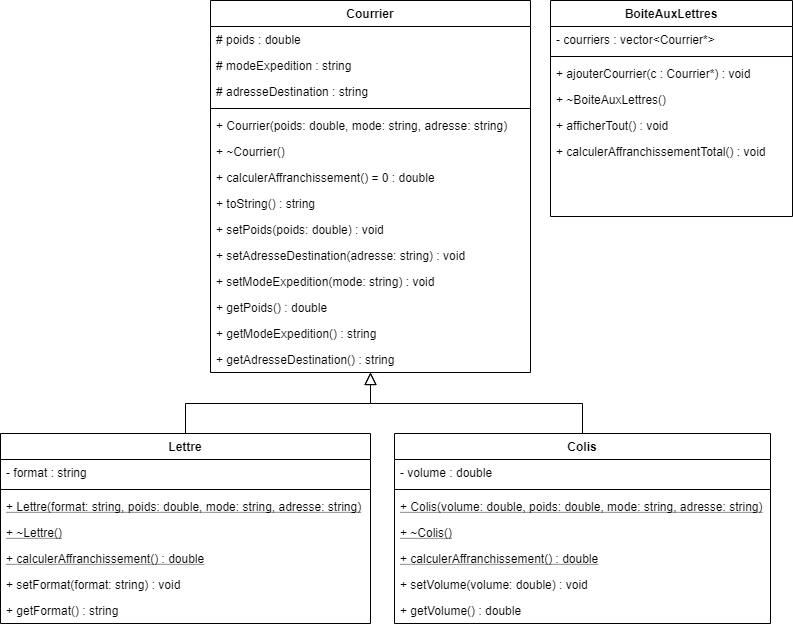
Above: Gestion_De_Courriers/diagrame_gestion_de_courriers.png in Is-Daouda/courscpp2026 (draw.io), before the change. Source tidied: cells renumbered, new cells last; positions are measured from the earlier drawing's top-left corner, leaving out a move shared by most shapes.
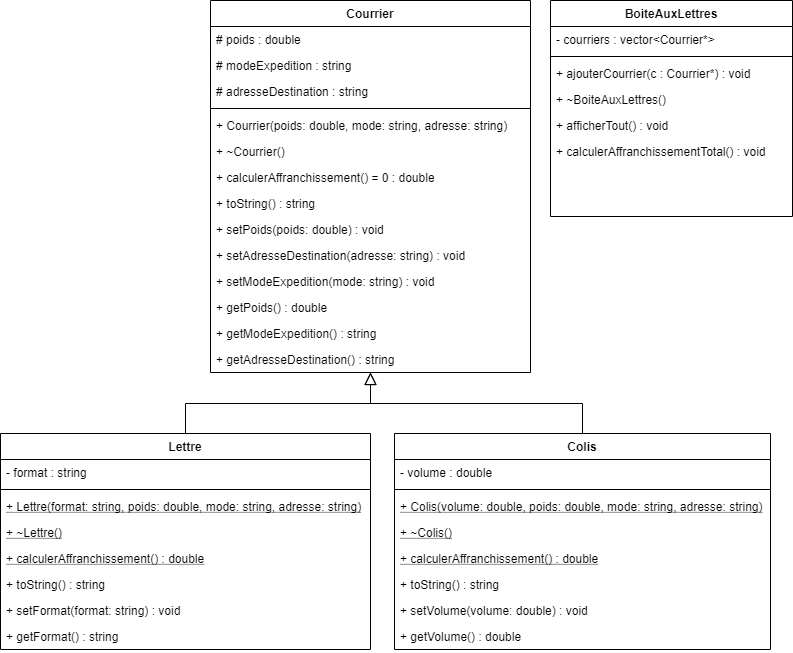
Later version of the same file.

The edit, as a diff of the source:
```diff
@@ -48,7 +48,7 @@
       <mxGeometry y="346" width="320" height="26" as="geometry" />
     </mxCell>
     <mxCell id="17" value="Lettre" style="swimlane;fontStyle=1;align=center;verticalAlign=top;horizontal=1;startSize=26;rounded=0;shadow=0;strokeWidth=1;" parent="1" vertex="1">
-      <mxGeometry y="433" width="370" height="190" as="geometry" />
+      <mxGeometry y="433" width="370" height="216" as="geometry" />
     </mxCell>
     <mxCell id="18" value="- format : string " style="text;align=left;verticalAlign=top;spacingLeft=4;spacingRight=4;overflow=hidden;" parent="17" vertex="1">
       <mxGeometry y="26" width="370" height="26" as="geometry" />
@@ -65,17 +65,20 @@
     <mxCell id="22" value="+ calculerAffranchissement() : double" style="text;align=left;verticalAlign=top;spacingLeft=4;spacingRight=4;overflow=hidden;fontStyle=4;" parent="17" vertex="1">
       <mxGeometry y="112" width="370" height="26" as="geometry" />
     </mxCell>
+    <mxCell id="42" value="+ toString() : string " style="text;align=left;verticalAlign=top;spacingLeft=4;spacingRight=4;overflow=hidden;" parent="17" vertex="1">
+      <mxGeometry y="138" width="370" height="26" as="geometry" />
+    </mxCell>
     <mxCell id="23" value="+ setFormat(format: string) : void" style="text;align=left;verticalAlign=top;spacingLeft=4;spacingRight=4;overflow=hidden;" parent="17" vertex="1">
-      <mxGeometry y="138" width="370" height="26" as="geometry" />
+      <mxGeometry y="164" width="370" height="26" as="geometry" />
     </mxCell>
     <mxCell id="24" value="+ getFormat() : string" style="text;align=left;verticalAlign=top;spacingLeft=4;spacingRight=4;overflow=hidden;" parent="17" vertex="1">
-      <mxGeometry y="164" width="370" height="26" as="geometry" />
+      <mxGeometry y="190" width="370" height="26" as="geometry" />
     </mxCell>
     <mxCell id="25" style="endArrow=block;endSize=10;endFill=0;shadow=0;strokeWidth=1;rounded=0;edgeStyle=elbowEdgeStyle;elbow=vertical;" parent="1" edge="1" source="17" target="2">
       <mxGeometry relative="1" as="geometry" />
     </mxCell>
     <mxCell id="26" value="Colis" style="swimlane;fontStyle=1;align=center;verticalAlign=top;horizontal=1;startSize=26;rounded=0;shadow=0;strokeWidth=1;" parent="1" vertex="1">
-      <mxGeometry x="394" y="433" width="376" height="190" as="geometry" />
+      <mxGeometry x="394" y="433" width="376" height="216" as="geometry" />
     </mxCell>
     <mxCell id="27" value="- volume : double" style="text;align=left;verticalAlign=top;spacingLeft=4;spacingRight=4;overflow=hidden;" parent="26" vertex="1">
       <mxGeometry y="26" width="376" height="26" as="geometry" />
@@ -92,11 +95,14 @@
     <mxCell id="31" value="+ calculerAffranchissement() : double" style="text;align=left;verticalAlign=top;spacingLeft=4;spacingRight=4;overflow=hidden;fontStyle=4;" parent="26" vertex="1">
       <mxGeometry y="112" width="376" height="26" as="geometry" />
     </mxCell>
+    <mxCell id="43" value="+ toString() : string " style="text;align=left;verticalAlign=top;spacingLeft=4;spacingRight=4;overflow=hidden;" parent="26" vertex="1">
+      <mxGeometry y="138" width="376" height="26" as="geometry" />
+    </mxCell>
     <mxCell id="32" value="+ setVolume(volume: double) : void" style="text;align=left;verticalAlign=top;spacingLeft=4;spacingRight=4;overflow=hidden;" parent="26" vertex="1">
-      <mxGeometry y="138" width="376" height="26" as="geometry" />
+      <mxGeometry y="164" width="376" height="26" as="geometry" />
     </mxCell>
     <mxCell id="33" value="+ getVolume() : double" style="text;align=left;verticalAlign=top;spacingLeft=4;spacingRight=4;overflow=hidden;" parent="26" vertex="1">
-      <mxGeometry y="164" width="376" height="26" as="geometry" />
+      <mxGeometry y="190" width="376" height="26" as="geometry" />
     </mxCell>
     <mxCell id="34" style="endArrow=block;endSize=10;endFill=0;shadow=0;strokeWidth=1;rounded=0;edgeStyle=elbowEdgeStyle;elbow=vertical;" parent="1" edge="1" source="26" target="2">
       <mxGeometry relative="1" as="geometry" />
```
